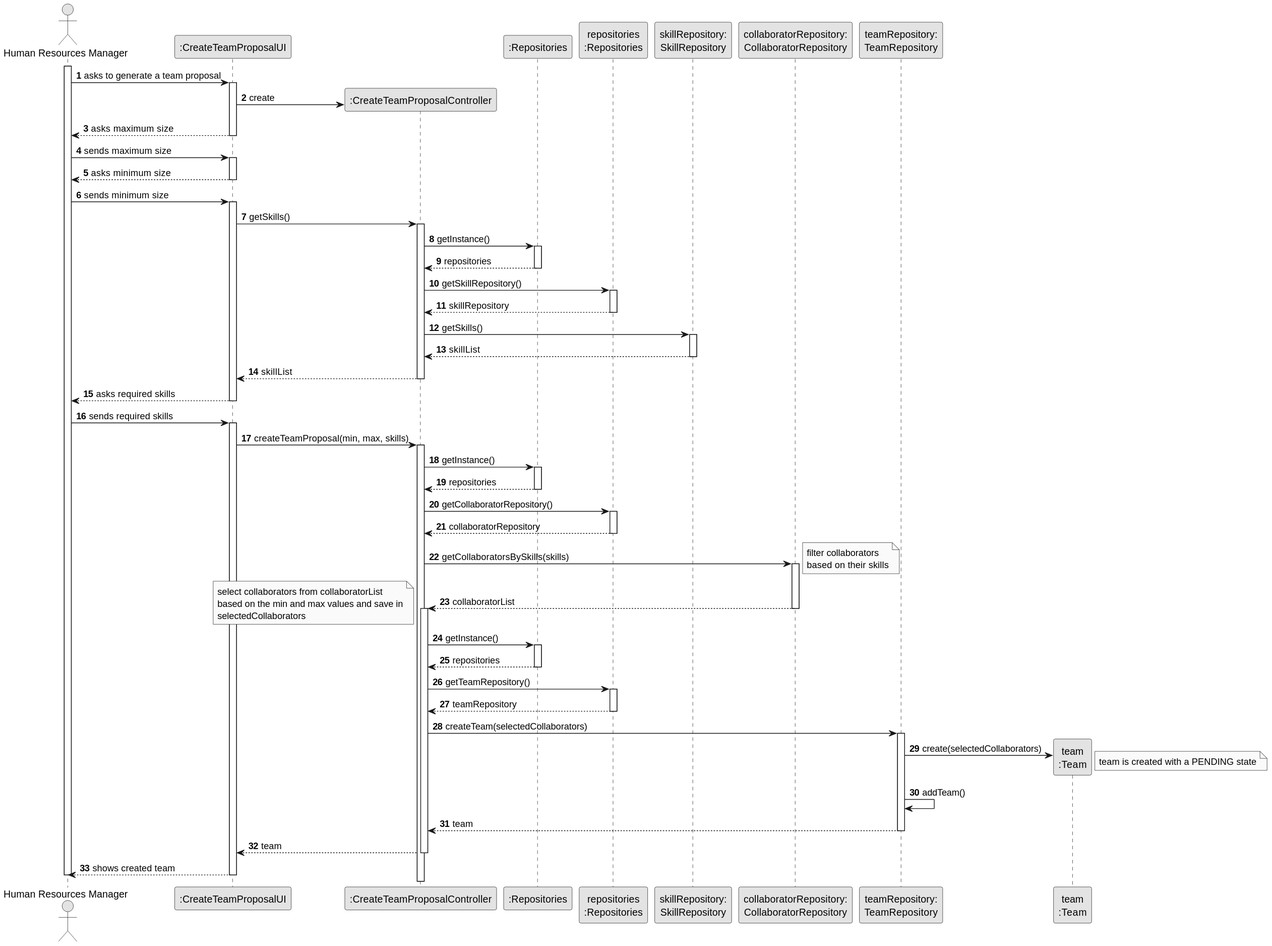
Earlier version of the PlantUML export docs/sprintB/us005/03.design/svg/us005-sequence-diagram-full.svg (Departamento-de-Engenharia-Informatica/lei-24-s2-1do-g164). Source of this version:
```plantuml
@startuml
skinparam monochrome true
skinparam packageStyle rectangle
skinparam shadowing false

autonumber

actor "Human Resources Manager" as HRM
participant ":CreateTeamProposalUI" as UI
participant ":CreateTeamProposalController" as CTRL
participant ":Repositories" as RepositorySingleton
participant "repositories\n:Repositories" as PLAT
participant "skillRepository:\nSkillRepository" as SkillRepository
participant "collaboratorRepository:\nCollaboratorRepository" as CollaboratorRepository
participant "teamRepository:\nTeamRepository" as TeamRepository
participant "team\n:Team" as TEAM

activate HRM
  HRM -> UI : asks to generate a team proposal
  activate UI
    UI -> CTRL** : create
    UI --> HRM : asks maximum size
  deactivate UI

  HRM -> UI : sends maximum size
  activate UI
    UI --> HRM : asks minimum size
  deactivate UI

  HRM -> UI : sends minimum size
  activate UI
    UI -> CTRL : getSkills()
    activate CTRL
      CTRL -> RepositorySingleton : getInstance()
      activate RepositorySingleton
        RepositorySingleton --> CTRL : repositories
      deactivate RepositorySingleton

      CTRL -> PLAT : getSkillRepository()
      activate PLAT
        PLAT --> CTRL : skillRepository
      deactivate PLAT

      CTRL -> SkillRepository : getSkills()
      activate SkillRepository
        SkillRepository --> CTRL : skillList
      deactivate SkillRepository
      CTRL --> UI : skillList
    deactivate CTRL

    UI --> HRM : asks required skills
  deactivate UI

  HRM -> UI : sends required skills
  activate UI
    UI -> CTRL : createTeamProposal(min, max, skills)
    activate CTRL
      CTRL -> RepositorySingleton : getInstance()
      activate RepositorySingleton
        RepositorySingleton --> CTRL : repositories
      deactivate RepositorySingleton

      CTRL -> PLAT : getCollaboratorRepository()
      activate PLAT
        PLAT --> CTRL : collaboratorRepository
      deactivate PLAT

      CTRL -> CollaboratorRepository : getCollaboratorsBySkills(skills)
      note right : filter collaborators\nbased on their skills
      activate CollaboratorRepository
        CollaboratorRepository --> CTRL : collaboratorList
      deactivate CollaboratorRepository
      note bottom : select collaborators from collaboratorList\nbased on the min and max values and save in\nselectedCollaborators


activate CTRL
      CTRL -> RepositorySingleton : getInstance()
      activate RepositorySingleton
        RepositorySingleton --> CTRL : repositories
      deactivate RepositorySingleton



      CTRL -> PLAT : getTeamRepository()
      activate PLAT
        PLAT --> CTRL : teamRepository
      deactivate PLAT

      CTRL -> TeamRepository : createTeam(selectedCollaborators)
      activate TeamRepository
        TeamRepository -> TEAM** : create(selectedCollaborators)
        note right : team is created with a PENDING state
        TeamRepository -> TeamRepository : addTeam()
        TeamRepository --> CTRL : team
      deactivate TeamRepository
      CTRL --> UI : team
    deactivate CTRL
    UI --> HRM : shows created team
  deactivate UI
deactivate HRM
@enduml
```
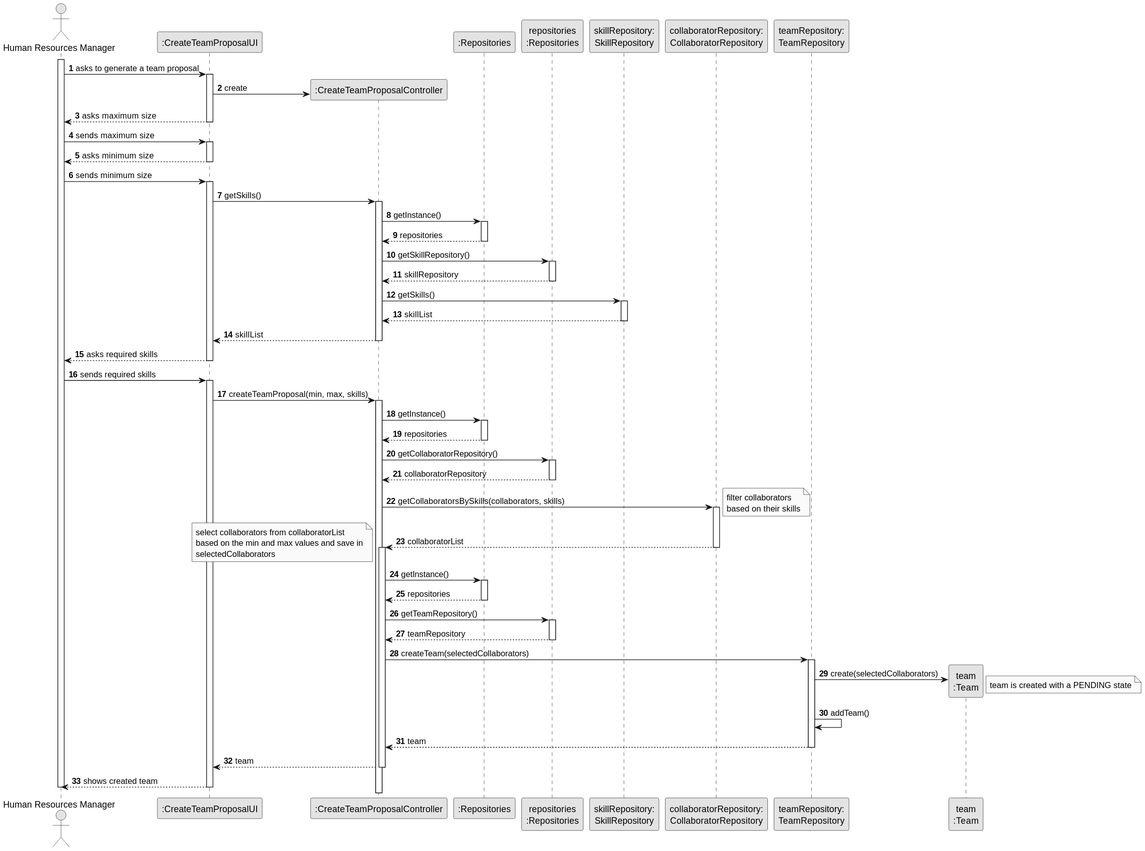
The same diagram one commit later.

The edit, as a diff of the source:
```diff
@@ -65,7 +65,7 @@
         PLAT --> CTRL : collaboratorRepository
       deactivate PLAT
 
-      CTRL -> CollaboratorRepository : getCollaboratorsBySkills(skills)
+      CTRL -> CollaboratorRepository : getCollaboratorsBySkills(collaborators, skills)
       note right : filter collaborators\nbased on their skills
       activate CollaboratorRepository
         CollaboratorRepository --> CTRL : collaboratorList
```
